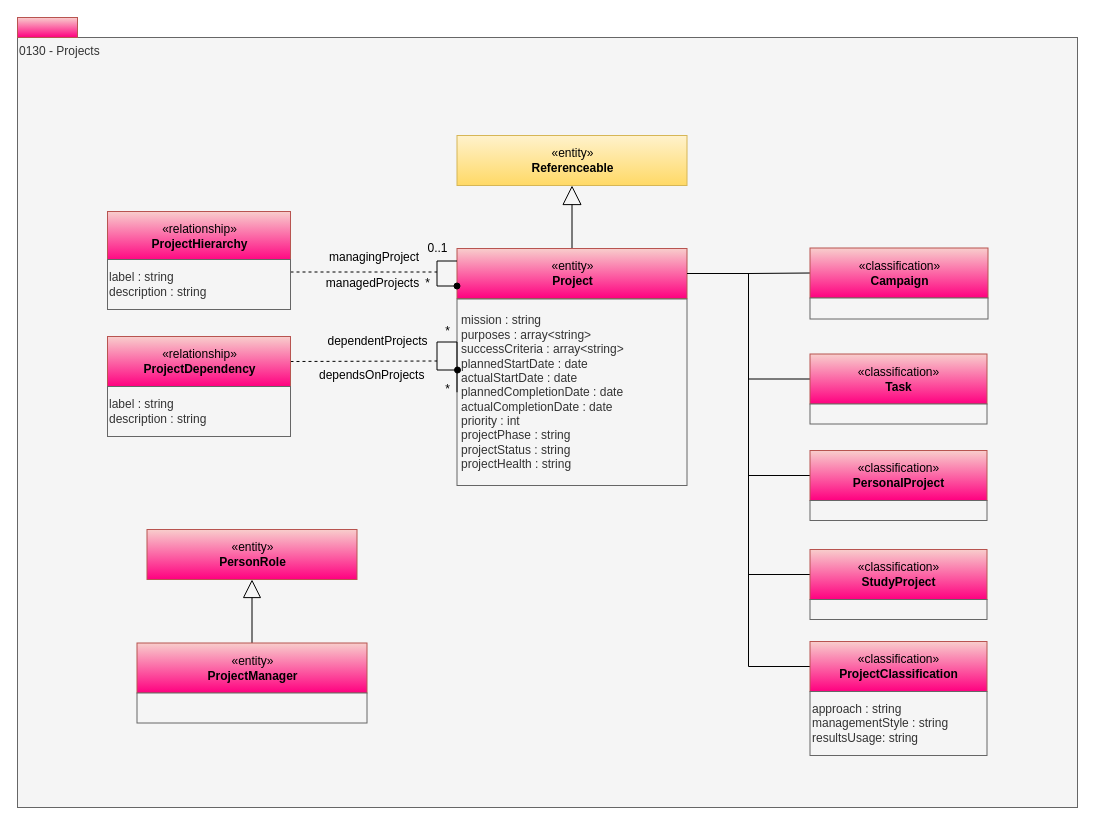
This is page "0130-Projects" (11 of 16) of site/docs/types/1/area-1-collaboration.drawio from odpi/egeria-docs, a draw.io file, before an edit. Source tidied: cells renumbered, new cells numbered last; positions are measured from the earlier drawing's top-left corner, leaving out a move shared by most shapes. Both pictures are drawn from the tidied source at 100%, with x=0, y=0 at pixel (17, 17).
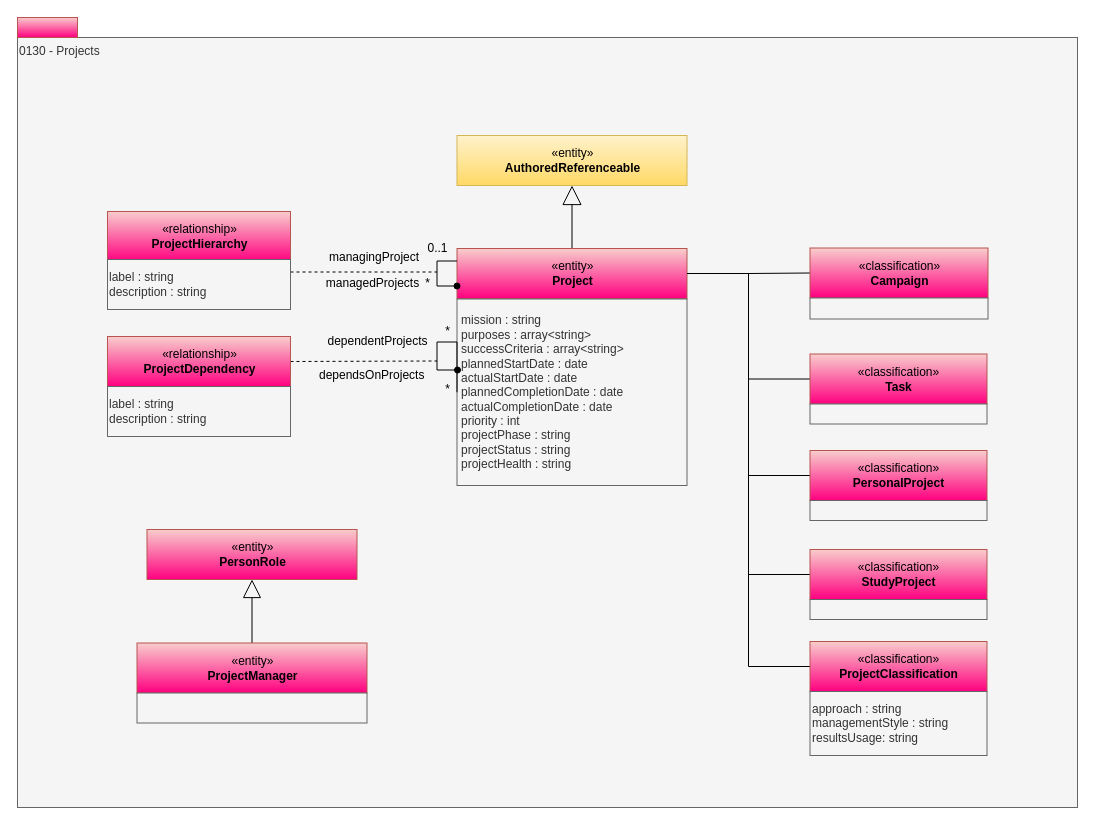
The same diagram, later.

What changed in the source:
```diff
@@
-    <mxCell id="13" value="«entity»&lt;br&gt;&lt;b&gt;Referenceable&lt;/b&gt;" style="html=1;strokeColor=#d6b656;align=center;fillColor=#fff2cc;gradientColor=#ffd966;" parent="1" vertex="1">
+    <mxCell id="13" value="«entity»&lt;br&gt;&lt;b&gt;AuthoredReferenceable&lt;/b&gt;" style="html=1;strokeColor=#d6b656;align=center;fillColor=#fff2cc;gradientColor=#ffd966;" parent="1" vertex="1">
       <mxGeometry x="439.5" y="118" width="230" height="50" as="geometry" />
     </mxCell>
```
